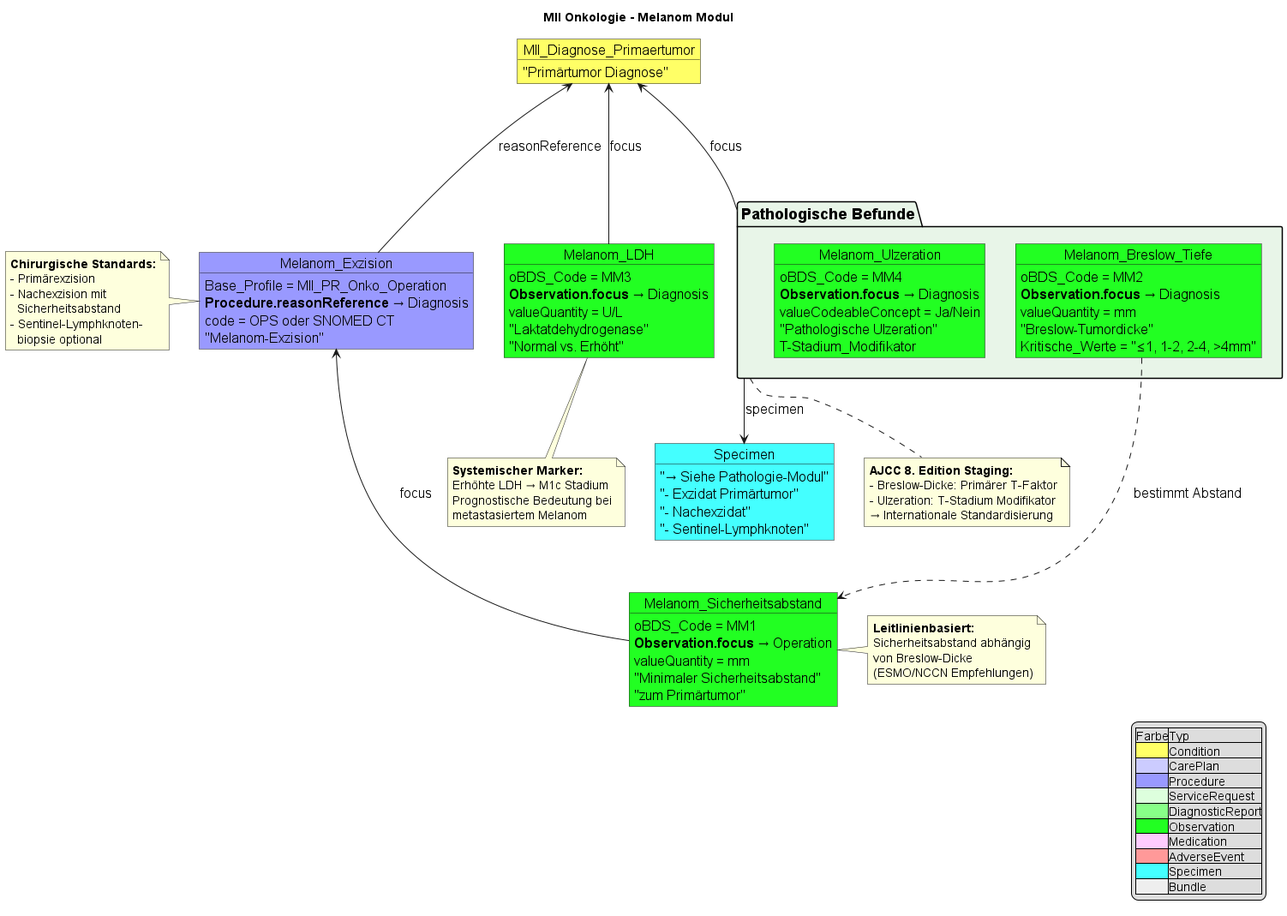
Earlier version of the PlantUML export input/images/MII_Onko_Melanom_Module.png (medizininformatik-initiative/kerndatensatzmodul-onkologie).
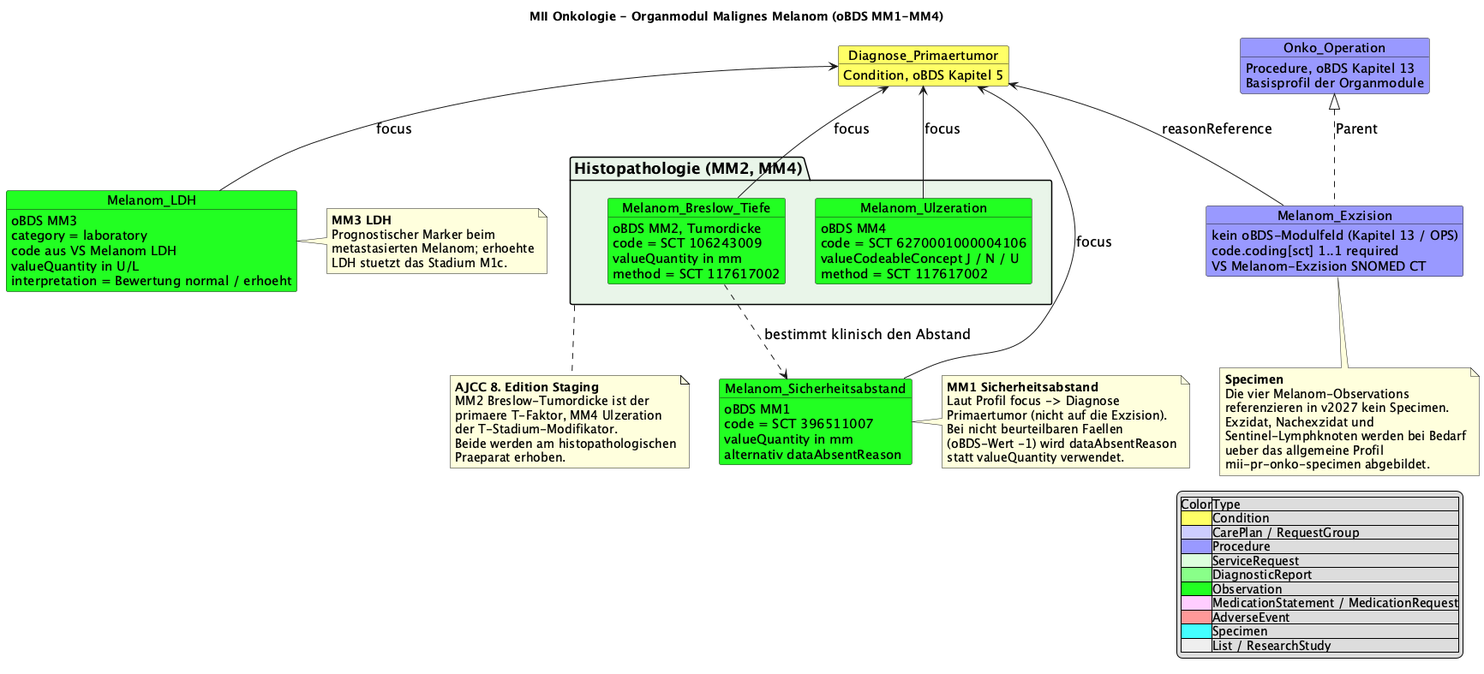
The same diagram one commit later.

What changed in the source:
```diff
@@ -1,112 +1,106 @@
 @startuml MII_Onko_Melanom_Module
-title MII Onkologie - Melanom Modul
+title MII Onkologie - Organmodul Malignes Melanom (oBDS MM1-MM4)
 skinparam defaultFontSize 16
-skinparam objectFontSize 16
+skinparam objectFontSize 15
 skinparam packageFontSize 18
 skinparam noteFontSize 14
 
-object MII_Diagnose_Primaertumor #FFFF66 {
-    "Primärtumor Diagnose"
+object Diagnose_Primaertumor [[StructureDefinition-mii-pr-onko-diagnose-primaertumor.html]] #FFFF66
+Diagnose_Primaertumor : Condition, oBDS Kapitel 5
+
+object Onko_Operation [[StructureDefinition-mii-pr-onko-operation.html]] #9999FF
+Onko_Operation : Procedure, oBDS Kapitel 13
+Onko_Operation : Basisprofil der Organmodule
+
+object Melanom_Exzision [[StructureDefinition-mii-pr-onko-melanom-exzision.html]] #9999FF
+Melanom_Exzision : kein oBDS-Modulfeld (Kapitel 13 / OPS)
+Melanom_Exzision : code.coding[sct] 1..1 required
+Melanom_Exzision : VS Melanom-Exzision SNOMED CT
+
+package "Histopathologie (MM2, MM4)" as patho #E8F5E8 {
+    object Melanom_Breslow_Tiefe [[StructureDefinition-mii-pr-onko-melanom-breslow-tiefe.html]] #22FF22
+    Melanom_Breslow_Tiefe : oBDS MM2, Tumordicke
+    Melanom_Breslow_Tiefe : code = SCT 106243009
+    Melanom_Breslow_Tiefe : valueQuantity in mm
+    Melanom_Breslow_Tiefe : method = SCT 117617002
+
+    object Melanom_Ulzeration [[StructureDefinition-mii-pr-onko-melanom-ulzeration.html]] #22FF22
+    Melanom_Ulzeration : oBDS MM4
+    Melanom_Ulzeration : code = SCT 6270001000004106
+    Melanom_Ulzeration : valueCodeableConcept J / N / U
+    Melanom_Ulzeration : method = SCT 117617002
 }
 
-object Melanom_Exzision #9999FF {
-    Base_Profile = MII_PR_Onko_Operation
-    **Procedure.reasonReference** → Diagnosis
-    code = OPS oder SNOMED CT
-    "Melanom-Exzision"
-}
+object Melanom_Sicherheitsabstand [[StructureDefinition-mii-pr-onko-melanom-sicherheitsabstand.html]] #22FF22
+Melanom_Sicherheitsabstand : oBDS MM1
+Melanom_Sicherheitsabstand : code = SCT 396511007
+Melanom_Sicherheitsabstand : valueQuantity in mm
+Melanom_Sicherheitsabstand : alternativ dataAbsentReason
 
-package "Pathologische Befunde" as pathologie #E8F5E8 {
-    object Melanom_Breslow_Tiefe #22FF22 {
-        oBDS_Code = MM2
-        **Observation.focus** → Diagnosis
-        valueQuantity = mm
-        "Breslow-Tumordicke"
-        Kritische_Werte = "≤1, 1-2, 2-4, >4mm"
-    }
+object Melanom_LDH [[StructureDefinition-mii-pr-onko-melanom-ldh.html]] #22FF22
+Melanom_LDH : oBDS MM3
+Melanom_LDH : category = laboratory
+Melanom_LDH : code aus VS Melanom LDH
+Melanom_LDH : valueQuantity in U/L
+Melanom_LDH : interpretation = Bewertung normal / erhoeht
 
-    object Melanom_Ulzeration #22FF22 {
-        oBDS_Code = MM4
-        **Observation.focus** → Diagnosis
-        valueCodeableConcept = Ja/Nein
-        "Pathologische Ulzeration"
-        T-Stadium_Modifikator
-    }
-}
+Diagnose_Primaertumor <-- Melanom_Breslow_Tiefe : focus
+Diagnose_Primaertumor <-- Melanom_Ulzeration : focus
+Diagnose_Primaertumor <-- Melanom_Sicherheitsabstand : focus
+Diagnose_Primaertumor <-- Melanom_LDH : focus
+Diagnose_Primaertumor <-- Melanom_Exzision : reasonReference
 
-object Melanom_Sicherheitsabstand #22FF22 {
-    oBDS_Code = MM1
-    **Observation.focus** → Operation
-    valueQuantity = mm
-    "Minimaler Sicherheitsabstand"
-    "zum Primärtumor"
-}
+Onko_Operation <|.. Melanom_Exzision : Parent
 
-object Melanom_LDH #22FF22 {
-    oBDS_Code = MM3
-    **Observation.focus** → Diagnosis
-    valueQuantity = U/L
-    "Laktatdehydrogenase"
-    "Normal vs. Erhöht"
-}
+Melanom_Breslow_Tiefe ..> Melanom_Sicherheitsabstand : bestimmt klinisch den Abstand
 
-object "Specimen" as specimen #44FFFF {
-    "→ Siehe Pathologie-Modul"
-    "- Exzidat Primärtumor"
-    "- Nachexzidat"
-    "- Sentinel-Lymphknoten"
-}
+note bottom of patho
+**AJCC 8. Edition Staging**
+MM2 Breslow-Tumordicke ist der
+primaere T-Faktor, MM4 Ulzeration
+der T-Stadium-Modifikator.
+Beide werden am histopathologischen
+Praeparat erhoben.
+end note
 
-MII_Diagnose_Primaertumor <--- pathologie : focus
-MII_Diagnose_Primaertumor <--- Melanom_LDH : focus
-MII_Diagnose_Primaertumor <--- Melanom_Exzision : reasonReference
-Melanom_Exzision <--- Melanom_Sicherheitsabstand : focus
+note right of Melanom_Sicherheitsabstand
+**MM1 Sicherheitsabstand**
+Laut Profil focus -> Diagnose
+Primaertumor (nicht auf die Exzision).
+Bei nicht beurteilbaren Faellen
+(oBDS-Wert -1) wird dataAbsentReason
+statt valueQuantity verwendet.
+end note
 
-Melanom_Breslow_Tiefe ..> Melanom_Sicherheitsabstand : "bestimmt Abstand"
-pathologie --> specimen : specimen
+note right of Melanom_LDH
+**MM3 LDH**
+Prognostischer Marker beim
+metastasierten Melanom; erhoehte
+LDH stuetzt das Stadium M1c.
+end note
+
+note bottom of Melanom_Exzision
+**Specimen**
+Die vier Melanom-Observations
+referenzieren in v2027 kein Specimen.
+Exzidat, Nachexzidat und
+Sentinel-Lymphknoten werden bei Bedarf
+ueber das allgemeine Profil
+mii-pr-onko-specimen abgebildet.
+end note
 
 legend right
-|Farbe|Typ|
+|Color|Type|
 |<#FFFF66>|Condition|
-|<#CCCCFF>|CarePlan|
+|<#CCCCFF>|CarePlan / RequestGroup|
 |<#9999FF>|Procedure|
 |<#DDFFDD>|ServiceRequest|
 |<#88FF88>|DiagnosticReport|
 |<#22FF22>|Observation|
-|<#FFCCFF>|Medication|
+|<#FFCCFF>|MedicationStatement / MedicationRequest|
 |<#FF9999>|AdverseEvent|
 |<#44FFFF>|Specimen|
-|<#EEEEEE>|Bundle|
+|<#EEEEEE>|List / ResearchStudy|
 endlegend
 
-note bottom of pathologie
-**AJCC 8. Edition Staging:**
-- Breslow-Dicke: Primärer T-Faktor
-- Ulzeration: T-Stadium Modifikator
-→ Internationale Standardisierung
-end note
-
-note left of Melanom_Exzision
-**Chirurgische Standards:**
-- Primärexzision
-- Nachexzision mit
-  Sicherheitsabstand
-- Sentinel-Lymphknoten-
-  biopsie optional
-end note
-
-note right of Melanom_Sicherheitsabstand
-**Leitlinienbasiert:**
-Sicherheitsabstand abhängig
-von Breslow-Dicke
-(ESMO/NCCN Empfehlungen)
-end note
-
-note bottom of Melanom_LDH
-**Systemischer Marker:**
-Erhöhte LDH → M1c Stadium
-Prognostische Bedeutung bei
-metastasiertem Melanom
-end note
-
 @enduml
```
